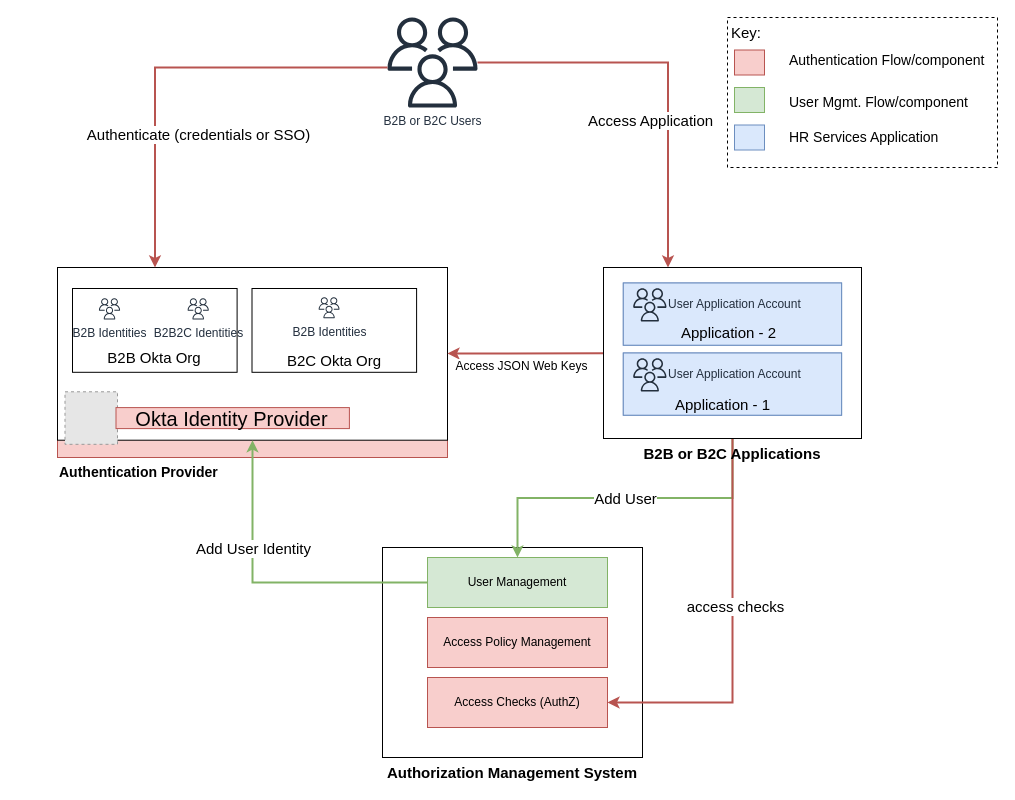
Earlier version of the draw.io diagram terraform/ConceptualArchitecture.drawio (radev-66/gcp-poc). Source tidied: cells renumbered, new cells numbered last; positions are measured from the earlier drawing's top-left corner, leaving out a move shared by most shapes. Both pictures are drawn from the tidied source at 100%, with x=0, y=0 at pixel (57, 17). Pictures stored in the file or linked from it are replaced by grey dashed boxes.
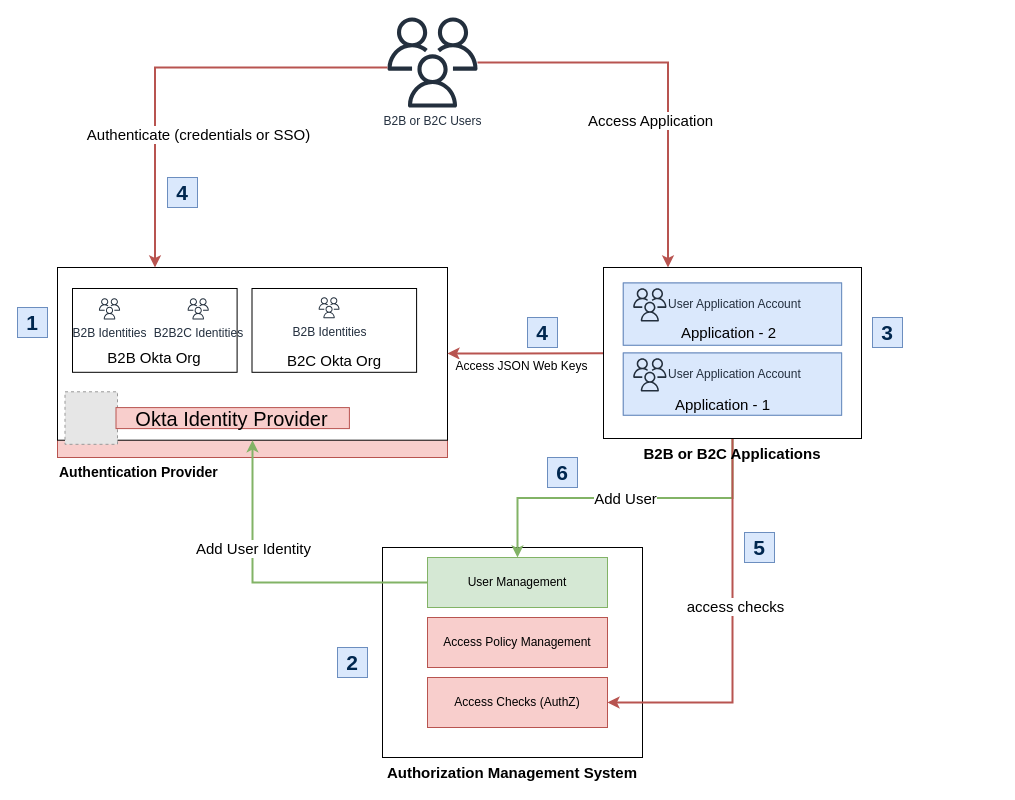
The same diagram, later.

What changed in the source:
```diff
@@
-    <mxCell id="33" style="rounded=0;whiteSpace=wrap;html=1;fontSize=15;dashed=1;" parent="1" vertex="1">
-      <mxGeometry x="670" width="270" height="150" as="geometry" />
-    </mxCell>
-    <mxCell id="34" value="Key:&amp;nbsp;" style="text;html=1;strokeColor=none;fillColor=none;align=left;verticalAlign=middle;whiteSpace=wrap;rounded=0;fontSize=15;" parent="1" vertex="1">
-      <mxGeometry x="672" width="60" height="30" as="geometry" />
-    </mxCell>
-    <mxCell id="35" style="rounded=0;whiteSpace=wrap;html=1;fontSize=15;fillColor=#f8cecc;strokeColor=#b85450;" parent="1" vertex="1">
-      <mxGeometry x="677" y="32.5" width="30" height="25" as="geometry" />
-    </mxCell>
-    <mxCell id="36" value="&lt;font style=&quot;font-size: 14px;&quot;&gt;Authentication Flow/component&amp;nbsp;&lt;/font&gt;" style="text;html=1;strokeColor=none;fillColor=none;align=left;verticalAlign=middle;whiteSpace=wrap;rounded=0;fontSize=14;" parent="1" vertex="1">
-      <mxGeometry x="730" y="27.5" width="210" height="30" as="geometry" />
-    </mxCell>
-    <mxCell id="37" style="rounded=0;whiteSpace=wrap;html=1;fontSize=15;fillColor=#d5e8d4;strokeColor=#82b366;" parent="1" vertex="1">
-      <mxGeometry x="677" y="70" width="30" height="25" as="geometry" />
-    </mxCell>
-    <mxCell id="38" value="User Mgmt. Flow/component" style="text;html=1;strokeColor=none;fillColor=none;align=left;verticalAlign=middle;whiteSpace=wrap;rounded=0;fontSize=14;" parent="1" vertex="1">
-      <mxGeometry x="730" y="70" width="200" height="30" as="geometry" />
-    </mxCell>
@@
-    <mxCell id="49" style="rounded=0;whiteSpace=wrap;html=1;fontSize=15;fillColor=#dae8fc;strokeColor=#6c8ebf;" parent="1" vertex="1">
-      <mxGeometry x="677" y="107.5" width="30" height="25" as="geometry" />
-    </mxCell>
-    <mxCell id="50" value="HR Services Application" style="text;html=1;strokeColor=none;fillColor=none;align=left;verticalAlign=middle;whiteSpace=wrap;rounded=0;fontSize=14;" parent="1" vertex="1">
-      <mxGeometry x="730" y="105" width="160" height="30" as="geometry" />
-    </mxCell>
+    <mxCell id="51" value="&lt;b&gt;&lt;font style=&quot;font-size: 21px&quot; color=&quot;#00274f&quot;&gt;1&lt;/font&gt;&lt;/b&gt;" style="text;html=1;strokeColor=#6c8ebf;fillColor=#dae8fc;align=center;verticalAlign=middle;whiteSpace=wrap;rounded=0;" parent="1" vertex="1">
+      <mxGeometry x="-40" y="290" width="30" height="30" as="geometry" />
+    </mxCell>
+    <mxCell id="52" value="&lt;b&gt;&lt;font style=&quot;font-size: 21px&quot; color=&quot;#00274f&quot;&gt;4&lt;/font&gt;&lt;/b&gt;" style="text;html=1;strokeColor=#6c8ebf;fillColor=#dae8fc;align=center;verticalAlign=middle;whiteSpace=wrap;rounded=0;" parent="1" vertex="1">
+      <mxGeometry x="470" y="300" width="30" height="30" as="geometry" />
+    </mxCell>
+    <mxCell id="53" value="&lt;b&gt;&lt;font style=&quot;font-size: 21px&quot; color=&quot;#00274f&quot;&gt;4&lt;/font&gt;&lt;/b&gt;" style="text;html=1;strokeColor=#6c8ebf;fillColor=#dae8fc;align=center;verticalAlign=middle;whiteSpace=wrap;rounded=0;" parent="1" vertex="1">
+      <mxGeometry x="110" y="160" width="30" height="30" as="geometry" />
+    </mxCell>
+    <mxCell id="54" value="&lt;b&gt;&lt;font style=&quot;font-size: 21px&quot; color=&quot;#00274f&quot;&gt;5&lt;/font&gt;&lt;/b&gt;" style="text;html=1;strokeColor=#6c8ebf;fillColor=#dae8fc;align=center;verticalAlign=middle;whiteSpace=wrap;rounded=0;" parent="1" vertex="1">
+      <mxGeometry x="687" y="515" width="30" height="30" as="geometry" />
+    </mxCell>
+    <mxCell id="55" value="&lt;b&gt;&lt;font style=&quot;font-size: 21px&quot; color=&quot;#00274f&quot;&gt;6&lt;/font&gt;&lt;/b&gt;" style="text;html=1;strokeColor=#6c8ebf;fillColor=#dae8fc;align=center;verticalAlign=middle;whiteSpace=wrap;rounded=0;" parent="1" vertex="1">
+      <mxGeometry x="490" y="440" width="30" height="30" as="geometry" />
+    </mxCell>
+    <mxCell id="56" value="&lt;b&gt;&lt;font style=&quot;font-size: 21px&quot; color=&quot;#00274f&quot;&gt;2&lt;/font&gt;&lt;/b&gt;" style="text;html=1;strokeColor=#6c8ebf;fillColor=#dae8fc;align=center;verticalAlign=middle;whiteSpace=wrap;rounded=0;" parent="1" vertex="1">
+      <mxGeometry x="280" y="630" width="30" height="30" as="geometry" />
+    </mxCell>
+    <mxCell id="57" value="&lt;b&gt;&lt;font style=&quot;font-size: 21px&quot; color=&quot;#00274f&quot;&gt;3&lt;/font&gt;&lt;/b&gt;" style="text;html=1;strokeColor=#6c8ebf;fillColor=#dae8fc;align=center;verticalAlign=middle;whiteSpace=wrap;rounded=0;" parent="1" vertex="1">
+      <mxGeometry x="815" y="300" width="30" height="30" as="geometry" />
+    </mxCell>
```
